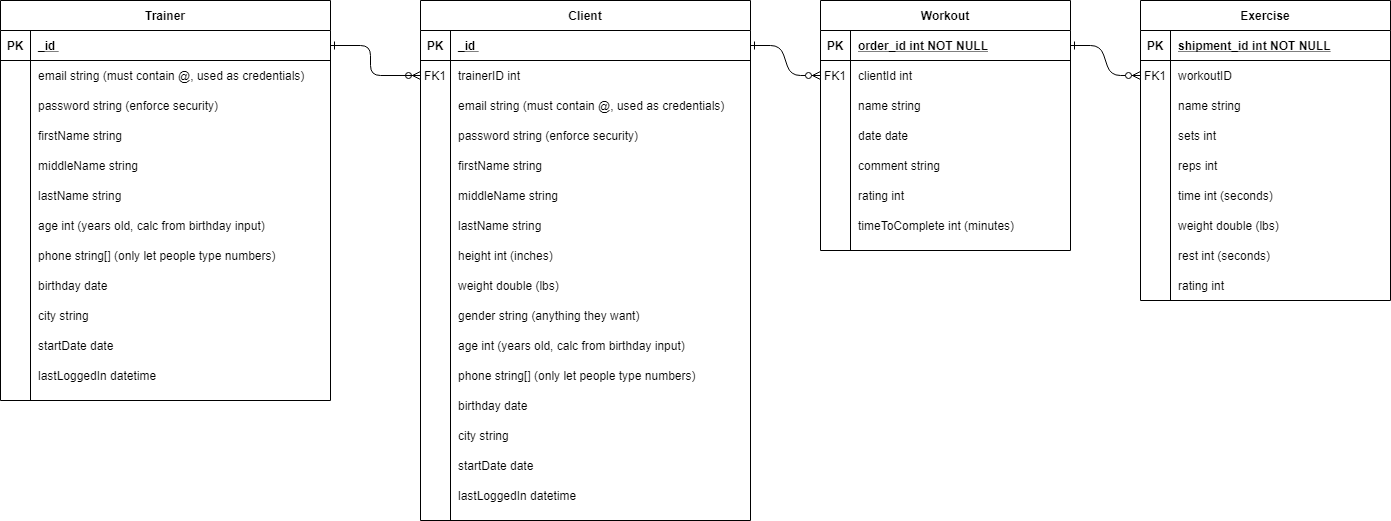
Above: Diagrams/CG-ERD.png in glerichartwell/COP4331-Large-Project (draw.io), before the change. Source tidied: cells renumbered, new cells last; positions are measured from the earlier drawing's top-left corner, leaving out a move shared by most shapes.
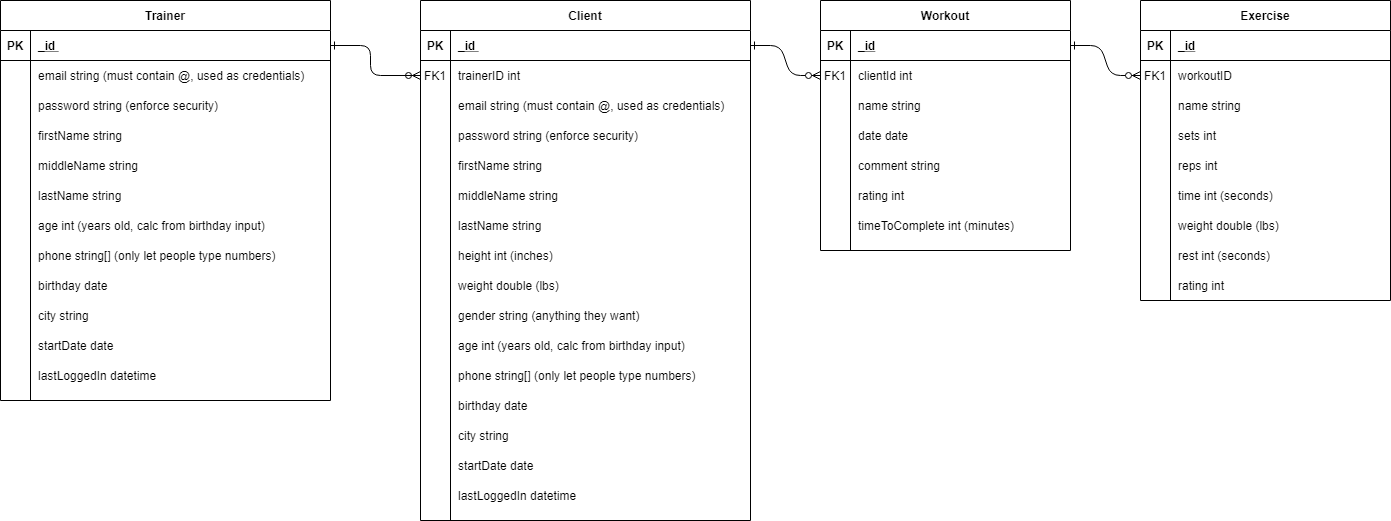
After the change.

What changed in the source:
```diff
@@ -17,7 +17,7 @@
     <mxCell id="6" value="PK" style="shape=partialRectangle;overflow=hidden;fillColor=none;top=0;left=0;bottom=0;right=0;fontStyle=1;" parent="5" vertex="1">
       <mxGeometry width="30" height="30" as="geometry" />
     </mxCell>
-    <mxCell id="7" value="order_id int NOT NULL " style="shape=partialRectangle;overflow=hidden;fillColor=none;top=0;left=0;bottom=0;right=0;align=left;spacingLeft=6;fontStyle=5;" parent="5" vertex="1">
+    <mxCell id="7" value="_id" style="shape=partialRectangle;overflow=hidden;fillColor=none;top=0;left=0;bottom=0;right=0;align=left;spacingLeft=6;fontStyle=5;" parent="5" vertex="1">
       <mxGeometry x="30" width="220" height="30" as="geometry" />
     </mxCell>
     <mxCell id="8" style="shape=partialRectangle;fillColor=none;points=[[0,0.5],[1,0.5]];portConstraint=eastwest;top=0;left=0;right=0;bottom=0;" parent="4" vertex="1">
@@ -83,7 +83,7 @@
     <mxCell id="28" value="PK" style="shape=partialRectangle;overflow=hidden;fillColor=none;top=0;left=0;bottom=0;right=0;fontStyle=1;" parent="27" vertex="1">
       <mxGeometry width="30" height="30" as="geometry" />
     </mxCell>
-    <mxCell id="29" value="shipment_id int NOT NULL " style="shape=partialRectangle;overflow=hidden;fillColor=none;top=0;left=0;bottom=0;right=0;align=left;spacingLeft=6;fontStyle=5;" parent="27" vertex="1">
+    <mxCell id="29" value="_id" style="shape=partialRectangle;overflow=hidden;fillColor=none;top=0;left=0;bottom=0;right=0;align=left;spacingLeft=6;fontStyle=5;" parent="27" vertex="1">
       <mxGeometry x="30" width="220" height="30" as="geometry" />
     </mxCell>
     <mxCell id="30" style="shape=partialRectangle;fillColor=none;points=[[0,0.5],[1,0.5]];portConstraint=eastwest;top=0;left=0;right=0;bottom=0;" parent="26" vertex="1">
```
